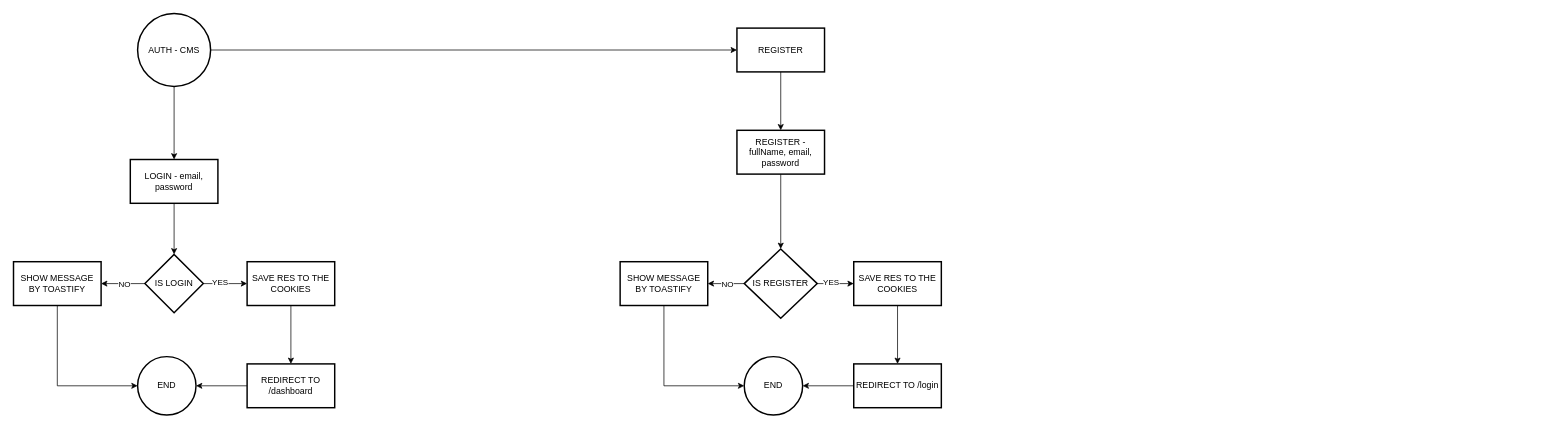
Above: public/flowchart/auth.drawio in mdasif-me/cms-csr (draw.io), before the change. Source tidied: cells renumbered, new cells numbered last; positions are measured from the earlier drawing's top-left corner, leaving out a move shared by most shapes. Both pictures are drawn from the tidied source at 73%, with x=0, y=0 at pixel (13, 13).
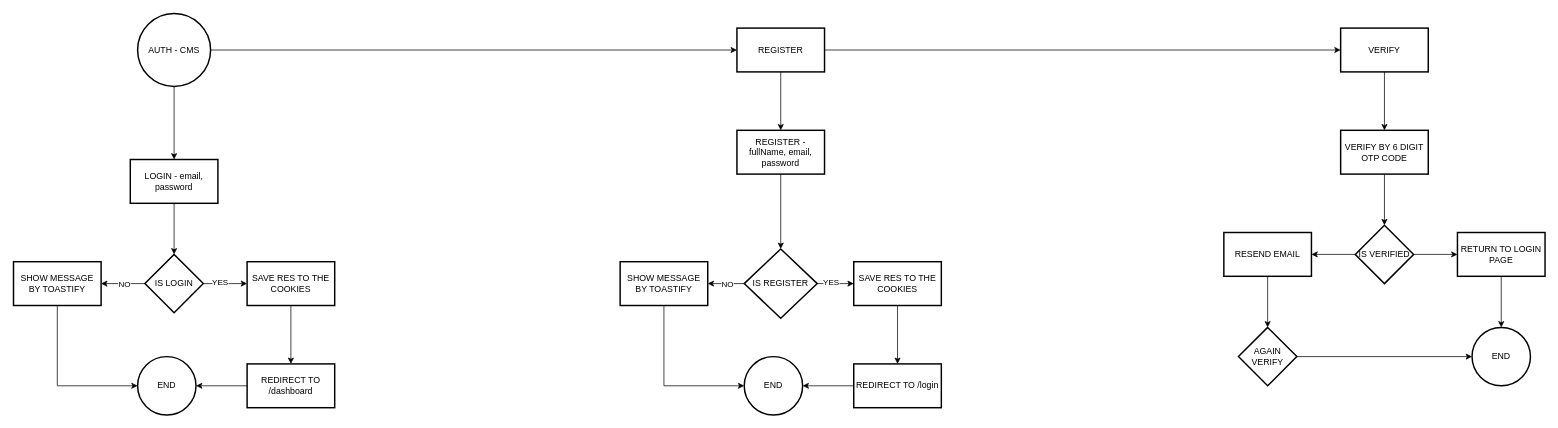
The same page after the edit.

Commit message:
feat(auth): update authentication flow diagram to include OTP verification and email resend options

The change refers to these unchanged cells:
```xml
<mxCell id="5" value="REGISTER" style="whiteSpace=wrap;html=1;strokeWidth=2;" parent="3" vertex="1">
  <mxGeometry x="160" width="120" height="60" as="geometry" />
</mxCell>
```

Change to the diagram source:
```diff
@@
+    <mxCell id="37" style="edgeStyle=orthogonalEdgeStyle;rounded=0;jettySize=auto;html=1;" parent="1" edge="1" source="38" target="41">
+      <mxGeometry relative="1" as="geometry" />
+    </mxCell>
+    <mxCell id="38" value="VERIFY" style="whiteSpace=wrap;html=1;strokeWidth=2;" parent="1" vertex="1">
+      <mxGeometry x="1818" y="20" width="120" height="60" as="geometry" />
+    </mxCell>
+    <mxCell id="39" style="edgeStyle=orthogonalEdgeStyle;rounded=0;jettySize=auto;html=1;" parent="1" edge="1" source="5" target="38">
+      <mxGeometry relative="1" as="geometry" />
+    </mxCell>
+    <mxCell id="40" style="edgeStyle=orthogonalEdgeStyle;rounded=0;jettySize=auto;html=1;" parent="1" edge="1" source="41" target="44">
+      <mxGeometry relative="1" as="geometry" />
+    </mxCell>
+    <mxCell id="41" value="VERIFY BY 6 DIGIT OTP CODE" style="whiteSpace=wrap;html=1;strokeWidth=2;" parent="1" vertex="1">
+      <mxGeometry x="1818" y="160" width="120" height="60" as="geometry" />
+    </mxCell>
+    <mxCell id="42" style="edgeStyle=orthogonalEdgeStyle;rounded=0;jettySize=auto;html=1;" parent="1" edge="1" source="44" target="46">
+      <mxGeometry relative="1" as="geometry" />
+    </mxCell>
+    <mxCell id="43" style="edgeStyle=orthogonalEdgeStyle;rounded=0;jettySize=auto;html=1;" parent="1" edge="1" source="44" target="48">
+      <mxGeometry relative="1" as="geometry" />
+    </mxCell>
+    <mxCell id="44" value="IS VERIFIED" style="rhombus;whiteSpace=wrap;html=1;strokeWidth=2;" parent="1" vertex="1">
+      <mxGeometry x="1838" y="290" width="80" height="80" as="geometry" />
+    </mxCell>
+    <mxCell id="45" style="edgeStyle=orthogonalEdgeStyle;rounded=0;jettySize=auto;html=1;" parent="1" edge="1" source="46" target="51">
+      <mxGeometry relative="1" as="geometry" />
+    </mxCell>
+    <mxCell id="46" value="RETURN TO LOGIN PAGE" style="whiteSpace=wrap;html=1;strokeWidth=2;" parent="1" vertex="1">
+      <mxGeometry x="1978" y="300" width="120" height="60" as="geometry" />
+    </mxCell>
+    <mxCell id="47" style="edgeStyle=orthogonalEdgeStyle;rounded=0;jettySize=auto;html=1;" parent="1" edge="1" source="48" target="50">
+      <mxGeometry relative="1" as="geometry" />
+    </mxCell>
+    <mxCell id="48" value="RESEND EMAIL" style="whiteSpace=wrap;html=1;strokeWidth=2;" parent="1" vertex="1">
+      <mxGeometry x="1658" y="300" width="120" height="60" as="geometry" />
+    </mxCell>
+    <mxCell id="49" style="edgeStyle=orthogonalEdgeStyle;rounded=0;jettySize=auto;html=1;entryX=0;entryY=0.5;entryDx=0;entryDy=0;" parent="1" edge="1" source="50" target="51">
+      <mxGeometry relative="1" as="geometry" />
+    </mxCell>
+    <mxCell id="50" value="AGAIN VERIFY" style="rhombus;whiteSpace=wrap;html=1;strokeWidth=2;" parent="1" vertex="1">
+      <mxGeometry x="1678" y="430" width="80" height="80" as="geometry" />
+    </mxCell>
+    <mxCell id="51" value="END" style="ellipse;whiteSpace=wrap;html=1;strokeWidth=2;" parent="1" vertex="1">
+      <mxGeometry x="1998" y="430" width="80" height="80" as="geometry" />
+    </mxCell>
```
